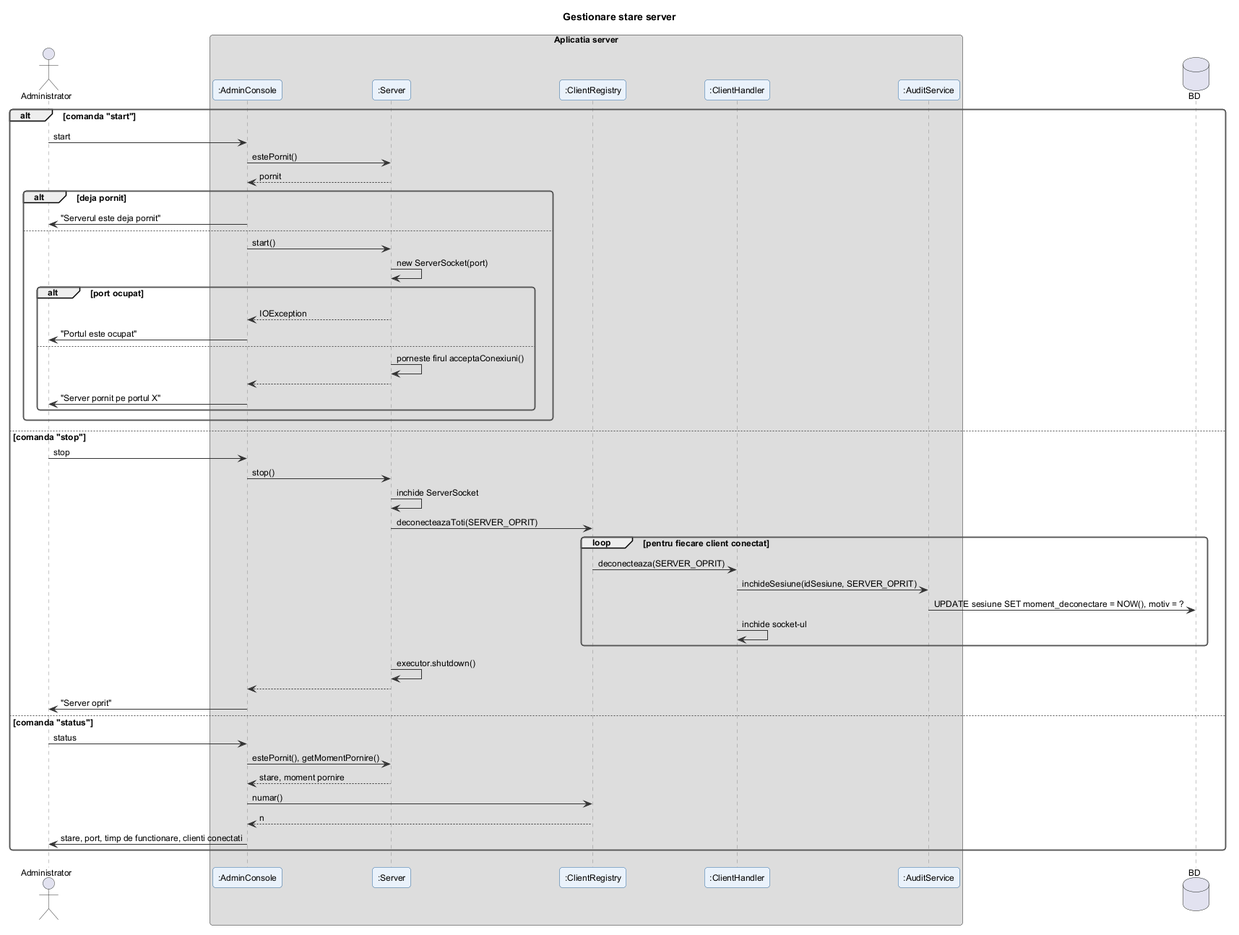
The PlantUML diagram docs/diagrame/6_secventa/gestionare_stare_server.png in filip-eanu/ProiectIS, before a commit.
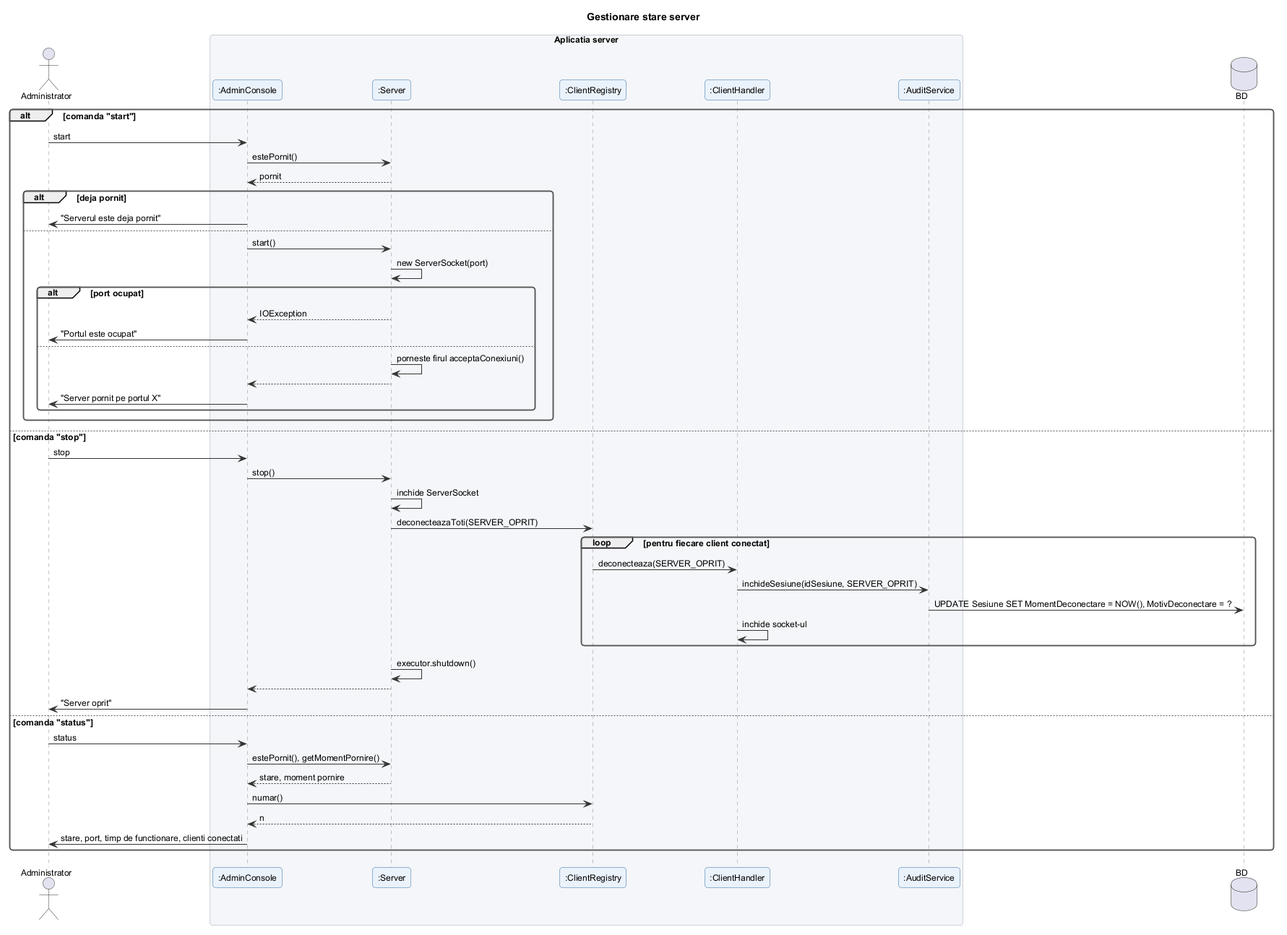
After the commit.

What changed in the source:
```diff
@@ -38,7 +38,7 @@
   loop pentru fiecare client conectat
     CR -> CH : deconecteaza(SERVER_OPRIT)
     CH -> AS : inchideSesiune(idSesiune, SERVER_OPRIT)
-    AS -> DB : UPDATE sesiune SET moment_deconectare = NOW(), motiv = ?
+    AS -> DB : UPDATE Sesiune SET MomentDeconectare = NOW(), MotivDeconectare = ?
     CH -> CH : inchide socket-ul
   end
   SV -> SV : executor.shutdown()
```
